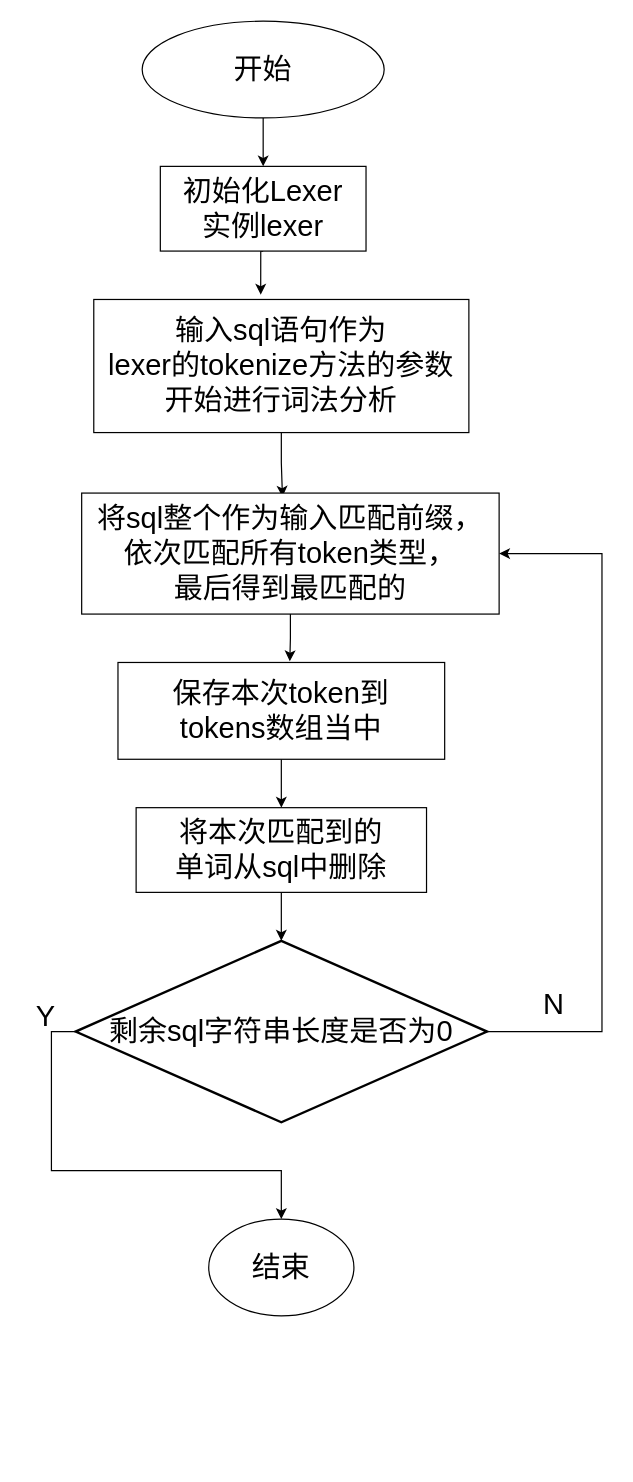
This is 编译原理.drawio from whale2002/sql-compiler, a draw.io file, before an edit. Source tidied: cells renumbered, new cells numbered last; positions are measured from the earlier drawing's top-left corner, leaving out a move shared by most shapes. Both pictures are drawn from the tidied source at 121%, with x=0, y=0 at pixel (21, 21).
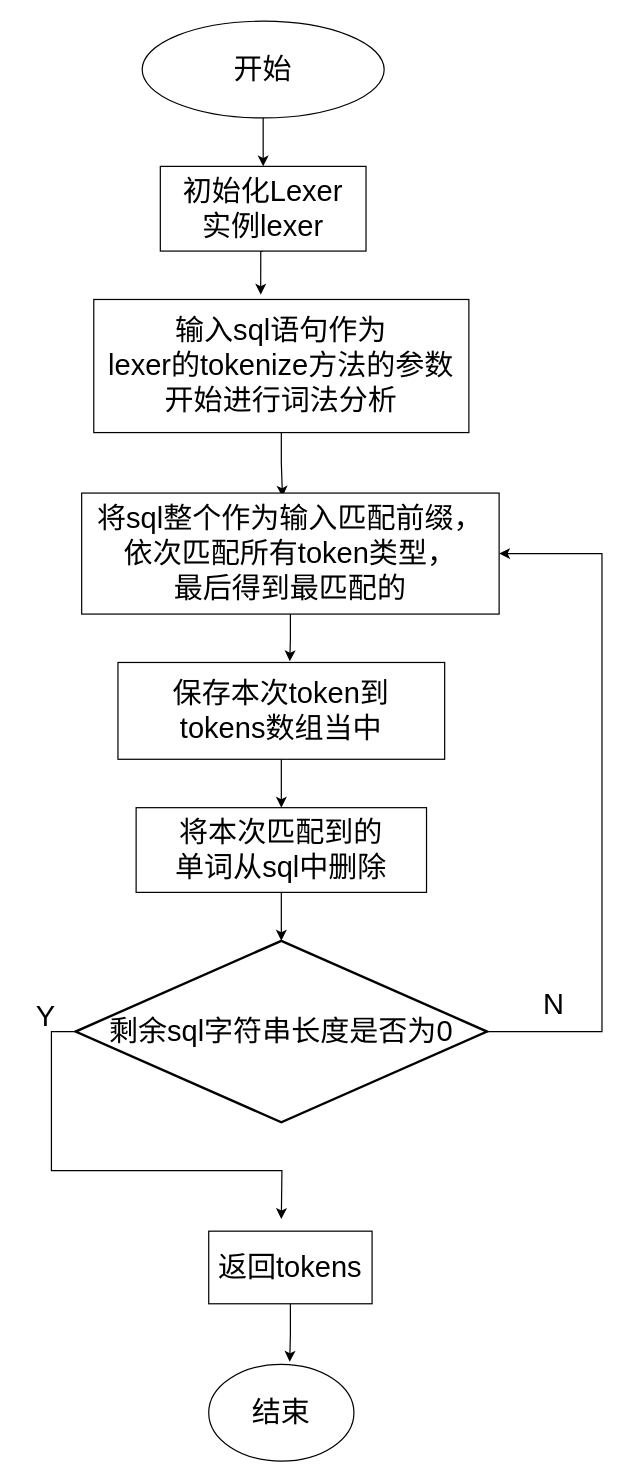
The same page after the edit.

Commit message (it also covers changes not shown here):
更新编译原理.drawio

Unchanged cells that the change refers to:
```xml
<mxCell id="16" value="&lt;font style=&quot;font-size: 24px;&quot;&gt;剩余sql字符串长度是否为0&lt;/font&gt;" style="strokeWidth=2;html=1;shape=mxgraph.flowchart.decision;whiteSpace=wrap;" parent="1" vertex="1">
  <mxGeometry x="45" y="760" width="340" height="150" as="geometry" />
</mxCell>
```

What changed in the source:
```diff
@@
-    <mxCell id="15" style="edgeStyle=orthogonalEdgeStyle;rounded=0;jettySize=auto;html=1;exitX=0;exitY=0.5;exitDx=0;exitDy=0;exitPerimeter=0;" parent="1" edge="1" source="16" target="18">
-      <mxGeometry relative="1" as="geometry" />
+    <mxCell id="15" style="edgeStyle=orthogonalEdgeStyle;rounded=0;jettySize=auto;html=1;exitX=0;exitY=0.5;exitDx=0;exitDy=0;exitPerimeter=0;" parent="1" edge="1" source="16">
+      <mxGeometry relative="1" as="geometry">
+        <mxPoint x="215" y="990" as="targetPoint" />
+      </mxGeometry>
     </mxCell>
@@
+    <mxCell id="19" value="&lt;font style=&quot;font-size: 24px;&quot;&gt;Y&lt;/font&gt;" style="text;html=1;align=center;verticalAlign=middle;strokeColor=none;fillColor=none;" parent="1" vertex="1">
+      <mxGeometry y="803" width="40" height="40" as="geometry" />
+    </mxCell>
+    <mxCell id="20" style="edgeStyle=orthogonalEdgeStyle;rounded=0;jettySize=auto;html=1;entryX=0.558;entryY=-0.025;entryDx=0;entryDy=0;entryPerimeter=0;" parent="1" edge="1" source="21" target="18">
+      <mxGeometry relative="1" as="geometry" />
+    </mxCell>
+    <mxCell id="21" value="&lt;font style=&quot;font-size: 24px;&quot;&gt;返回tokens&lt;/font&gt;" style="rounded=0;whiteSpace=wrap;html=1;" parent="1" vertex="1">
+      <mxGeometry x="155" y="1000" width="135" height="60" as="geometry" />
+    </mxCell>
     <mxCell id="18" value="&lt;font style=&quot;font-size: 24px;&quot;&gt;结束&lt;/font&gt;" style="ellipse;whiteSpace=wrap;html=1;" parent="1" vertex="1">
-      <mxGeometry x="155" y="990" width="120" height="80" as="geometry" />
+      <mxGeometry x="155" y="1110" width="120" height="80" as="geometry" />
     </mxCell>
-    <mxCell id="19" value="&lt;font style=&quot;font-size: 24px;&quot;&gt;Y&lt;/font&gt;" style="text;html=1;align=center;verticalAlign=middle;strokeColor=none;fillColor=none;" parent="1" vertex="1">
-      <mxGeometry y="803" width="40" height="40" as="geometry" />
-    </mxCell>
```
